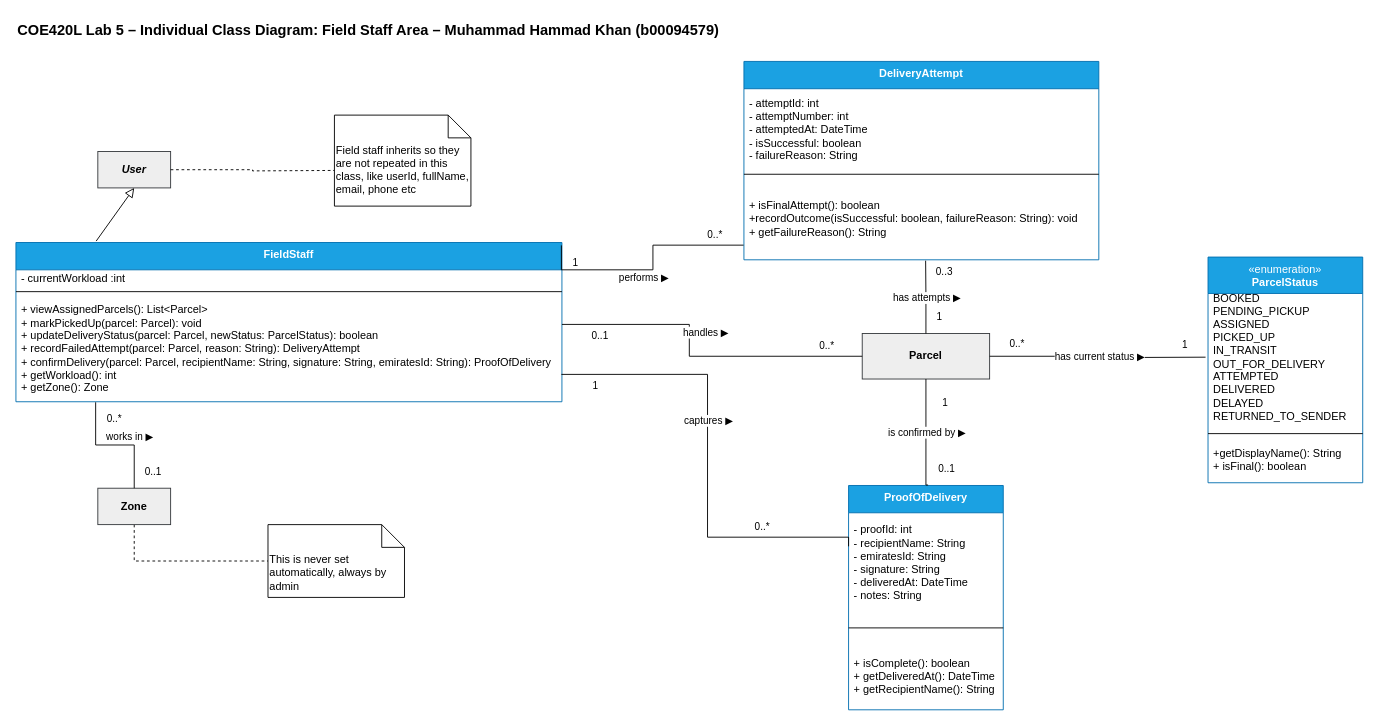
Earlier version of the draw.io diagram Project/Object_Modeling/Individual_Models/Muhammad_Hammad_Class_Diagram.drawio (COE420-Team10-F26/Courier_parcel_tracking_system). Source tidied: cells renumbered, new cells numbered last; positions are measured from the earlier drawing's top-left corner, leaving out a move shared by most shapes. Both pictures are drawn from the tidied source at 91%, with x=0, y=0 at pixel (15, 15).
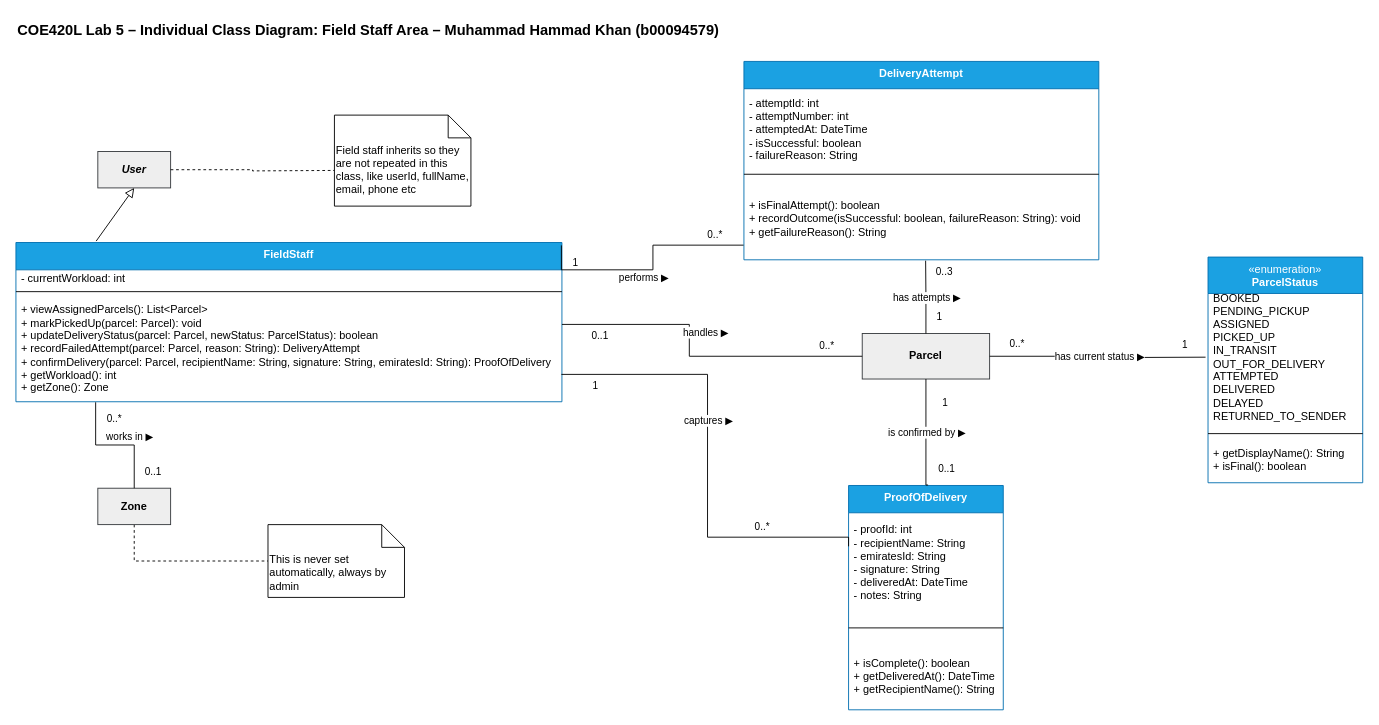
After the change.

The change refers to these unchanged cells:
```xml
<mxCell id="5" value="&lt;b&gt;FieldStaff&lt;/b&gt;" style="swimlane;fontStyle=0;align=center;verticalAlign=top;horizontal=1;startSize=30;html=1;whiteSpace=wrap;fillColor=#1ba1e2;fontColor=#ffffff;strokeColor=#006EAF;" parent="1" vertex="1">
  <mxGeometry y="249" width="600" height="175" as="geometry" />
</mxCell>
<mxCell id="18" value="&lt;b&gt;DeliveryAttempt&lt;/b&gt;" style="swimlane;fontStyle=0;align=center;verticalAlign=top;horizontal=1;startSize=30;html=1;whiteSpace=wrap;fillColor=#1ba1e2;fontColor=#ffffff;strokeColor=#006EAF;" parent="1" vertex="1">
  <mxGeometry x="800" y="50" width="390" height="218" as="geometry" />
</mxCell>
<mxCell id="47" value="&amp;laquo;enumeration&amp;raquo;&lt;br&gt;&lt;b&gt;ParcelStatus&lt;/b&gt;" style="swimlane;fontStyle=0;align=center;verticalAlign=top;horizontal=1;startSize=40;html=1;whiteSpace=wrap;fillColor=#1ba1e2;fontColor=#ffffff;strokeColor=#006EAF;" parent="1" vertex="1">
  <mxGeometry x="1310" y="265" width="170" height="248" as="geometry" />
</mxCell>
```

Change to the diagram source:
```diff
@@
-    <mxCell id="6" value="- currentWorkload :int" style="text;html=1;strokeColor=none;fillColor=none;align=left;verticalAlign=middle;spacingLeft=4;spacingRight=4;overflow=hidden;whiteSpace=wrap;" parent="5" vertex="1">
+    <mxCell id="6" value="- currentWorkload: int" style="text;html=1;strokeColor=none;fillColor=none;align=left;verticalAlign=middle;spacingLeft=4;spacingRight=4;overflow=hidden;whiteSpace=wrap;" parent="5" vertex="1">
       <mxGeometry y="30" width="600" height="20" as="geometry" />
     </mxCell>
@@
-    <mxCell id="21" value="+ isFinalAttempt(): boolean&lt;div&gt;+recordOutcome(isSuccessful: boolean, failureReason: String): void&lt;/div&gt;&lt;div&gt;+ getFailureReason(): String&lt;/div&gt;" style="text;html=1;strokeColor=none;fillColor=none;align=left;verticalAlign=middle;spacingLeft=4;spacingRight=4;overflow=hidden;points=[[0,0.5],[1,0.5]];portConstraint=eastwest;whiteSpace=wrap;" parent="18" vertex="1">
+    <mxCell id="21" value="+ isFinalAttempt(): boolean&lt;div&gt;+ recordOutcome(isSuccessful: boolean, failureReason: String): void&lt;/div&gt;&lt;div&gt;+ getFailureReason(): String&lt;/div&gt;" style="text;html=1;strokeColor=none;fillColor=none;align=left;verticalAlign=middle;spacingLeft=4;spacingRight=4;overflow=hidden;points=[[0,0.5],[1,0.5]];portConstraint=eastwest;whiteSpace=wrap;" parent="18" vertex="1">
       <mxGeometry y="128" width="390" height="90" as="geometry" />
     </mxCell>
@@
-    <mxCell id="50" value="+getDisplayName(): String&lt;div&gt;+ isFinal(): boolean&lt;/div&gt;" style="text;html=1;strokeColor=none;fillColor=none;align=left;verticalAlign=middle;spacingLeft=4;spacingRight=4;overflow=hidden;whiteSpace=wrap;" parent="47" vertex="1">
+    <mxCell id="50" value="+ getDisplayName(): String&lt;div&gt;+ isFinal(): boolean&lt;/div&gt;" style="text;html=1;strokeColor=none;fillColor=none;align=left;verticalAlign=middle;spacingLeft=4;spacingRight=4;overflow=hidden;whiteSpace=wrap;" parent="47" vertex="1">
       <mxGeometry y="198" width="170" height="50" as="geometry" />
     </mxCell>
```
